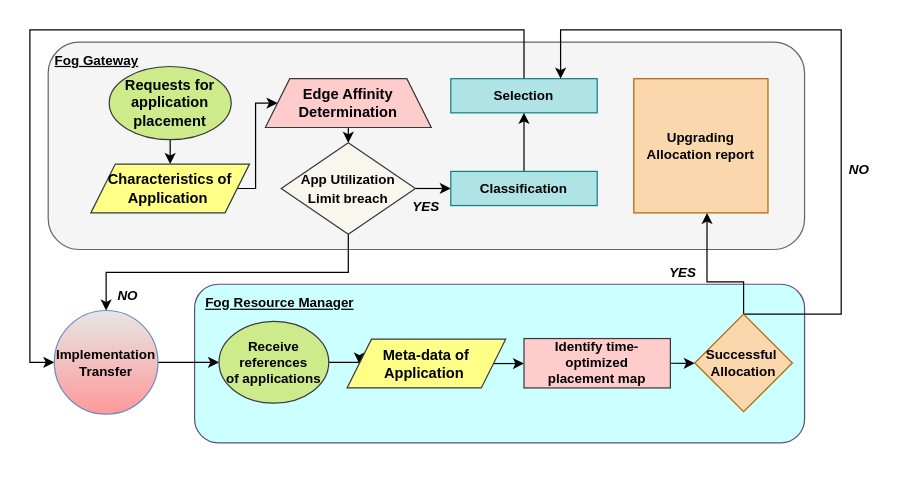
Before: fof-flowchart.drawio in sarthak100301/FlowCharts, a draw.io diagram. Source tidied: cells renumbered, new cells numbered last; positions are measured from the earlier drawing's top-left corner, leaving out a move shared by most shapes. Both pictures are drawn from the tidied source at 122%, with x=0, y=0 at pixel (29, 29). Pictures stored in the file or linked from it are replaced by grey dashed boxes.
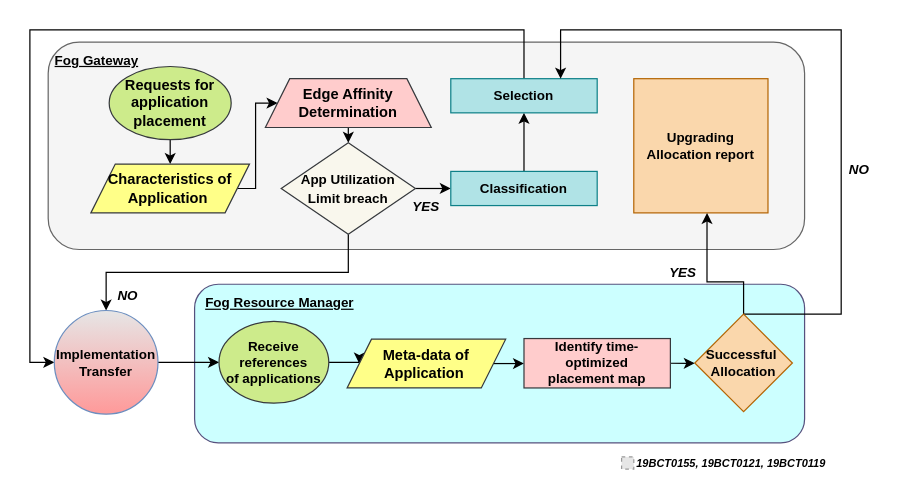
After the change.

Diff of the diagram source:
```diff
@@
+    <mxCell id="35" style="fillColor=#E6E6E6;strokeColor=#999999;dashed=1;verticalLabelPosition=bottom;labelBackgroundColor=default;verticalAlign=top;" parent="1" vertex="1">
+      <mxGeometry x="485" y="350" width="10" height="10" as="geometry" />
+    </mxCell>
+    <mxCell id="36" value="&lt;i&gt;&lt;b&gt;&lt;font style=&quot;font-size: 9px&quot;&gt;19BCT0155, 19BCT0121, 19BCT0119&lt;/font&gt;&lt;/b&gt;&lt;/i&gt;" style="text;html=1;strokeColor=none;fillColor=none;align=center;verticalAlign=middle;whiteSpace=wrap;rounded=0;fontSize=11;fontColor=#000000;" parent="1" vertex="1">
+      <mxGeometry x="475" y="340" width="200" height="30" as="geometry" />
+    </mxCell>
```
